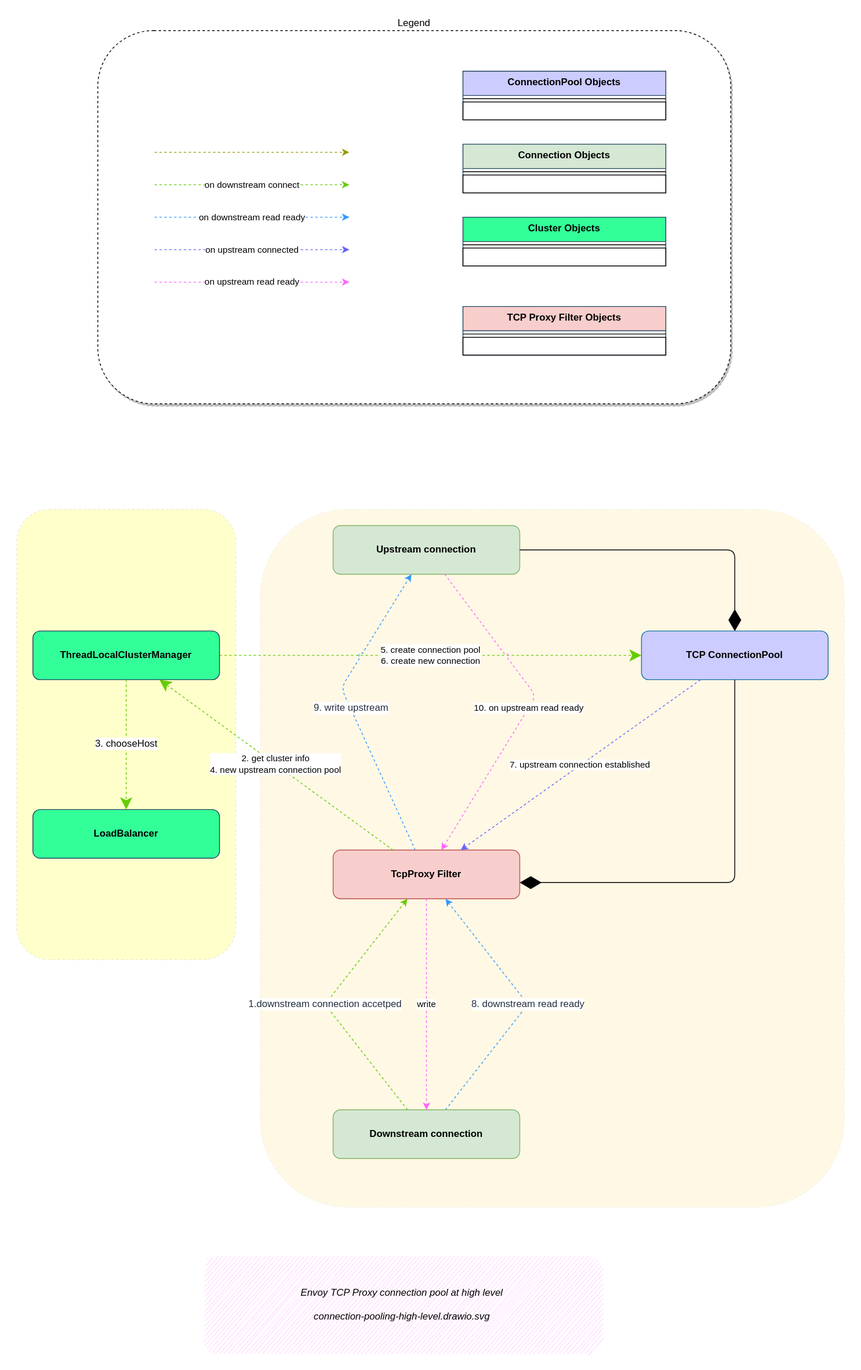
labilezhu/istio-insider keeps this draw.io diagram as docs/source/ch2-envoy/upstream/connection-pooling/connection-pooling-high-level.drawio.svg. Above is the earlier version. Source tidied: cells renumbered, new cells last; positions are measured from the earlier drawing's top-left corner, leaving out a move shared by most shapes. Its diagram source:
```xml
<mxGraphModel background="#FFFFFF">
  <root>
    <mxCell id="0" />
    <mxCell id="1" parent="0" />
    <mxCell id="2" style="rounded=1;whiteSpace=wrap;html=1;shadow=0;dashed=1;sketch=0;fontSize=11;fontColor=#B3B3B3;strokeColor=#999999;fillColor=#FFB508;labelPosition=center;verticalLabelPosition=bottom;align=center;verticalAlign=top;opacity=10;" parent="1" vertex="1">
      <mxGeometry x="300" y="590" width="720" height="860" as="geometry" />
    </mxCell>
    <mxCell id="3" style="rounded=1;whiteSpace=wrap;html=1;shadow=0;dashed=1;sketch=0;fontSize=11;fontColor=#000000;strokeColor=#999999;fillColor=#FFFF00;labelPosition=center;verticalLabelPosition=bottom;align=center;verticalAlign=top;opacity=20;" parent="1" vertex="1">
      <mxGeometry y="590" width="270" height="555" as="geometry" />
    </mxCell>
    <mxCell id="4" value="5. create connection pool&lt;br&gt;6. create new connection" style="endArrow=classic;endSize=12;dashed=1;html=1;jumpStyle=arc;strokeColor=#66CC00;fontColor=#000000;startArrow=none;endFill=1;startFill=0;" parent="1" edge="1" source="24" target="26">
      <mxGeometry relative="1" as="geometry" />
    </mxCell>
    <object id="5" label="&lt;font style=&quot;&quot;&gt;Envoy TCP Proxy connection pool at high level&lt;br&gt;&lt;br&gt;%page%&lt;br&gt;&lt;/font&gt;" a="b" placeholders="1">
      <mxCell style="text;html=1;strokeColor=none;fillColor=#FFCCFF;align=center;verticalAlign=middle;whiteSpace=wrap;rounded=1;glass=0;sketch=1;shadow=0;fontStyle=2;fontSize=12;" parent="1" vertex="1">
        <mxGeometry x="230" y="1510" width="490" height="120" as="geometry" />
      </mxCell>
    </object>
    <mxCell id="6" value="Legend" style="rounded=1;whiteSpace=wrap;html=1;fontColor=#000000;dashed=1;shadow=1;labelPosition=center;verticalLabelPosition=top;align=center;verticalAlign=bottom;" parent="1" vertex="1">
      <mxGeometry x="100" width="780" height="460" as="geometry" />
    </mxCell>
    <mxCell id="7" style="endArrow=classic;html=1;strokeColor=#999900;fontColor=#000000;jumpStyle=arc;dashed=1;" parent="1" edge="1">
      <mxGeometry relative="1" as="geometry">
        <mxPoint x="170" y="150" as="sourcePoint" />
        <mxPoint x="410" y="150" as="targetPoint" />
      </mxGeometry>
    </mxCell>
    <mxCell id="8" value="on downstream connect" style="endArrow=classic;html=1;strokeColor=#66CC00;fontColor=#000000;jumpStyle=arc;dashed=1;" parent="1" edge="1">
      <mxGeometry relative="1" as="geometry">
        <mxPoint x="170" y="190" as="sourcePoint" />
        <mxPoint x="410" y="190" as="targetPoint" />
      </mxGeometry>
    </mxCell>
    <mxCell id="9" value="on downstream read ready" style="endArrow=classic;html=1;strokeColor=#3399FF;fontColor=#000000;jumpStyle=arc;dashed=1;" parent="1" edge="1">
      <mxGeometry relative="1" as="geometry">
        <mxPoint x="170" y="230" as="sourcePoint" />
        <mxPoint x="410" y="230" as="targetPoint" />
      </mxGeometry>
    </mxCell>
    <mxCell id="10" value="on upstream read ready" style="endArrow=classic;html=1;strokeColor=#FF66FF;fontColor=#000000;jumpStyle=arc;dashed=1;" parent="1" edge="1">
      <mxGeometry relative="1" as="geometry">
        <mxPoint x="170" y="310" as="sourcePoint" />
        <mxPoint x="410" y="310" as="targetPoint" />
      </mxGeometry>
    </mxCell>
    <mxCell id="11" value="on upstream connected" style="endArrow=classic;html=1;strokeColor=#6666FF;fontColor=default;jumpStyle=arc;dashed=1;" parent="1" edge="1">
      <mxGeometry relative="1" as="geometry">
        <mxPoint x="170" y="270" as="sourcePoint" />
        <mxPoint x="410" y="270" as="targetPoint" />
      </mxGeometry>
    </mxCell>
    <mxCell id="12" value="ConnectionPool Objects" style="swimlane;fontStyle=1;align=center;verticalAlign=top;horizontal=1;startSize=30;fillColor=#CCCCFF;strokeColor=#23445d;" parent="1" vertex="1">
      <mxGeometry x="550" y="50" width="250" height="60" as="geometry" />
    </mxCell>
    <mxCell id="13" style="line;strokeWidth=1;fillColor=none;align=left;verticalAlign=middle;spacingTop=-1;spacingLeft=3;spacingRight=3;labelPosition=right;" parent="12" vertex="1">
      <mxGeometry y="30" width="250" height="8" as="geometry" />
    </mxCell>
    <mxCell id="14" value=" " style="text;fillColor=none;align=left;verticalAlign=top;spacingLeft=4;spacingRight=4;overflow=hidden;strokeColor=#000000;" parent="12" vertex="1">
      <mxGeometry y="38" width="250" height="22" as="geometry" />
    </mxCell>
    <mxCell id="15" value="Connection Objects" style="swimlane;fontStyle=1;align=center;verticalAlign=top;horizontal=1;startSize=30;fillColor=#D5E8D4;strokeColor=#23445d;" parent="1" vertex="1">
      <mxGeometry x="550" y="140" width="250" height="60" as="geometry" />
    </mxCell>
    <mxCell id="16" style="line;strokeWidth=1;fillColor=none;align=left;verticalAlign=middle;spacingTop=-1;spacingLeft=3;spacingRight=3;labelPosition=right;" parent="15" vertex="1">
      <mxGeometry y="30" width="250" height="8" as="geometry" />
    </mxCell>
    <mxCell id="17" value=" " style="text;fillColor=none;align=left;verticalAlign=top;spacingLeft=4;spacingRight=4;overflow=hidden;strokeColor=#000000;" parent="15" vertex="1">
      <mxGeometry y="38" width="250" height="22" as="geometry" />
    </mxCell>
    <mxCell id="18" value="Cluster Objects" style="swimlane;fontStyle=1;align=center;verticalAlign=top;horizontal=1;startSize=30;fillColor=#33FF99;strokeColor=#23445d;" parent="1" vertex="1">
      <mxGeometry x="550" y="230" width="250" height="60" as="geometry" />
    </mxCell>
    <mxCell id="19" style="line;strokeWidth=1;fillColor=none;align=left;verticalAlign=middle;spacingTop=-1;spacingLeft=3;spacingRight=3;labelPosition=right;" parent="18" vertex="1">
      <mxGeometry y="30" width="250" height="8" as="geometry" />
    </mxCell>
    <mxCell id="20" value=" " style="text;fillColor=none;align=left;verticalAlign=top;spacingLeft=4;spacingRight=4;overflow=hidden;strokeColor=#000000;" parent="18" vertex="1">
      <mxGeometry y="38" width="250" height="22" as="geometry" />
    </mxCell>
    <mxCell id="21" value="TCP Proxy Filter Objects" style="swimlane;fontStyle=1;align=center;verticalAlign=top;horizontal=1;startSize=30;fillColor=#F8CECC;strokeColor=#23445d;" parent="1" vertex="1">
      <mxGeometry x="550" y="340" width="250" height="60" as="geometry" />
    </mxCell>
    <mxCell id="22" style="line;strokeWidth=1;fillColor=none;align=left;verticalAlign=middle;spacingTop=-1;spacingLeft=3;spacingRight=3;labelPosition=right;" parent="21" vertex="1">
      <mxGeometry y="30" width="250" height="8" as="geometry" />
    </mxCell>
    <mxCell id="23" value=" " style="text;fillColor=none;align=left;verticalAlign=top;spacingLeft=4;spacingRight=4;overflow=hidden;strokeColor=#000000;" parent="21" vertex="1">
      <mxGeometry y="38" width="250" height="22" as="geometry" />
    </mxCell>
    <mxCell id="24" value="&lt;span style=&quot;&quot;&gt;ThreadLocalClusterManager&lt;/span&gt;" style="rounded=1;whiteSpace=wrap;html=1;verticalAlign=middle;fillColor=#33FF99;strokeColor=#23445d;fontStyle=1;startSize=22;" parent="1" vertex="1">
      <mxGeometry x="20" y="740" width="230" height="60" as="geometry" />
    </mxCell>
    <mxCell id="25" value="&lt;span style=&quot;&quot;&gt;TcpProxy Filter&lt;/span&gt;" style="rounded=1;whiteSpace=wrap;html=1;verticalAlign=middle;fillColor=#f8cecc;strokeColor=#b85450;fontStyle=1;startSize=26;" parent="1" vertex="1">
      <mxGeometry x="390" y="1010" width="230" height="60" as="geometry" />
    </mxCell>
    <mxCell id="26" value="&lt;span style=&quot;&quot;&gt;TCP ConnectionPool&lt;/span&gt;" style="rounded=1;whiteSpace=wrap;html=1;verticalAlign=middle;fillColor=#CCCCFF;strokeColor=#10739e;fontStyle=1;startSize=26;" parent="1" vertex="1">
      <mxGeometry x="770" y="740" width="230" height="60" as="geometry" />
    </mxCell>
    <mxCell id="27" value="&lt;span style=&quot;&quot;&gt;Upstream connection&lt;/span&gt;" style="rounded=1;whiteSpace=wrap;html=1;verticalAlign=middle;fillColor=#d5e8d4;strokeColor=#82b366;fontStyle=1;startSize=26;" parent="1" vertex="1">
      <mxGeometry x="390" y="610" width="230" height="60" as="geometry" />
    </mxCell>
    <mxCell id="28" value="7. upstream connection established" style="endArrow=classic;html=1;jumpStyle=arc;strokeColor=#6666FF;dashed=1;fontColor=#000000;" parent="1" edge="1" source="26" target="25">
      <mxGeometry relative="1" as="geometry" />
    </mxCell>
    <mxCell id="29" value="&lt;span style=&quot;color: rgb(35, 47, 62); font-size: 12px;&quot;&gt;1.downstream connection accetped&lt;/span&gt;" style="endArrow=classic;html=1;strokeColor=#66CC00;fontColor=#000000;jumpStyle=arc;dashed=1;" parent="1" edge="1" source="35" target="25">
      <mxGeometry relative="1" as="geometry">
        <Array as="points">
          <mxPoint x="380" y="1200" />
        </Array>
      </mxGeometry>
    </mxCell>
    <mxCell id="30" value="&lt;span style=&quot;color: rgb(35, 47, 62); font-size: 12px;&quot;&gt;8. downstream read ready&lt;/span&gt;" style="endArrow=classic;html=1;strokeColor=#3399FF;fontColor=#000000;jumpStyle=arc;dashed=1;" parent="1" edge="1" source="35" target="25">
      <mxGeometry relative="1" as="geometry">
        <Array as="points">
          <mxPoint x="630" y="1200" />
        </Array>
      </mxGeometry>
    </mxCell>
    <mxCell id="31" value="2. get cluster info&lt;br&gt;4. new upstream connection pool" style="endArrow=classic;endSize=12;dashed=1;html=1;jumpStyle=arc;strokeColor=#66CC00;fontColor=#000000;startArrow=none;endFill=1;startFill=0;" parent="1" edge="1" source="25" target="24">
      <mxGeometry relative="1" as="geometry" />
    </mxCell>
    <mxCell id="32" value="&lt;span style=&quot;&quot;&gt;LoadBalancer&lt;/span&gt;" style="rounded=1;whiteSpace=wrap;html=1;verticalAlign=middle;fillColor=#33FF99;strokeColor=#23445d;fontStyle=1;startSize=22;" parent="1" vertex="1">
      <mxGeometry x="20" y="960" width="230" height="60" as="geometry" />
    </mxCell>
    <mxCell id="33" value="&lt;span style=&quot;font-size: 12px; text-align: left;&quot;&gt;3. chooseHost&lt;/span&gt;" style="endArrow=classic;endSize=12;dashed=1;html=1;jumpStyle=arc;strokeColor=#66CC00;fontColor=#000000;startArrow=none;endFill=1;startFill=0;" parent="1" edge="1" source="24" target="32">
      <mxGeometry x="-0.01" relative="1" as="geometry" />
    </mxCell>
    <mxCell id="34" style="endArrow=diamondThin;endFill=1;endSize=24;html=1;edgeStyle=orthogonalEdgeStyle;" parent="1" edge="1" source="26" target="25">
      <mxGeometry relative="1" as="geometry">
        <Array as="points">
          <mxPoint x="885" y="1050" />
        </Array>
      </mxGeometry>
    </mxCell>
    <mxCell id="35" value="&lt;span style=&quot;&quot;&gt;Downstream connection&lt;/span&gt;" style="rounded=1;whiteSpace=wrap;html=1;verticalAlign=middle;fillColor=#d5e8d4;strokeColor=#82b366;fontStyle=1;startSize=26;" parent="1" vertex="1">
      <mxGeometry x="390" y="1330" width="230" height="60" as="geometry" />
    </mxCell>
    <mxCell id="36" style="endArrow=diamondThin;endFill=1;endSize=24;html=1;edgeStyle=orthogonalEdgeStyle;" parent="1" edge="1" source="27" target="26">
      <mxGeometry relative="1" as="geometry" />
    </mxCell>
    <mxCell id="37" value="10. on upstream read ready" style="endArrow=classic;html=1;strokeColor=#FF66FF;fontColor=#000000;jumpStyle=arc;dashed=1;" parent="1" edge="1" source="27" target="25">
      <mxGeometry relative="1" as="geometry">
        <Array as="points">
          <mxPoint x="640" y="820" />
        </Array>
      </mxGeometry>
    </mxCell>
    <mxCell id="38" value="&lt;span style=&quot;color: rgb(35, 47, 62); font-size: 12px;&quot;&gt;9. write upstream&lt;/span&gt;" style="endArrow=classic;html=1;strokeColor=#3399FF;fontColor=#000000;jumpStyle=arc;dashed=1;" parent="1" edge="1" source="25" target="27">
      <mxGeometry relative="1" as="geometry">
        <Array as="points">
          <mxPoint x="400" y="810" />
        </Array>
      </mxGeometry>
    </mxCell>
    <mxCell id="39" value="write" style="endArrow=classic;html=1;strokeColor=#FF66FF;fontColor=#000000;jumpStyle=arc;dashed=1;" parent="1" edge="1" source="25" target="35">
      <mxGeometry relative="1" as="geometry" />
    </mxCell>
  </root>
</mxGraphModel>
```
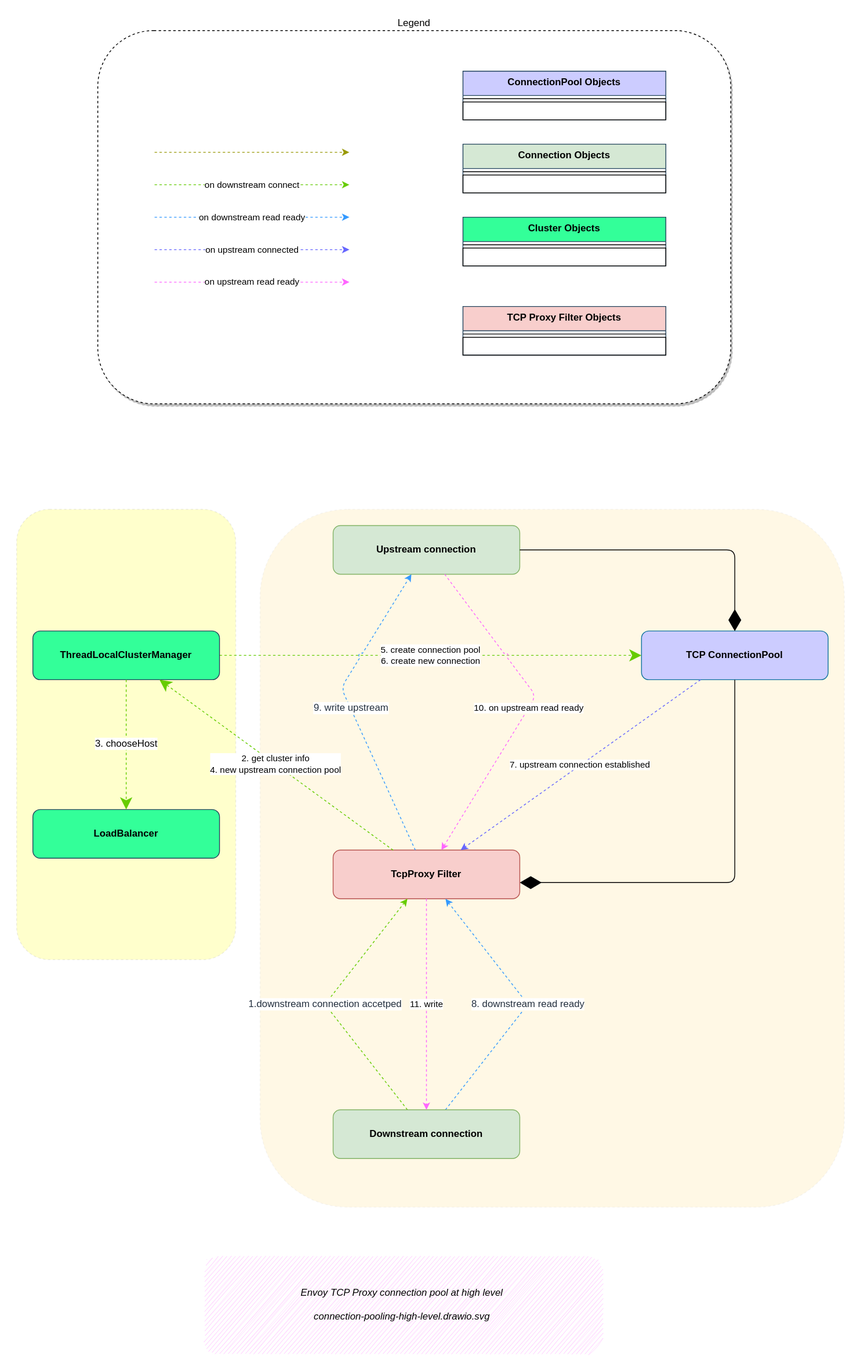
After the change.

Commit message:
connection pool

Change to the diagram source:
```diff
@@ -150,7 +150,7 @@
         </Array>
       </mxGeometry>
     </mxCell>
-    <mxCell id="39" value="write" style="endArrow=classic;html=1;strokeColor=#FF66FF;fontColor=#000000;jumpStyle=arc;dashed=1;" parent="1" edge="1" source="25" target="35">
+    <mxCell id="39" value="11. write" style="endArrow=classic;html=1;strokeColor=#FF66FF;fontColor=#000000;jumpStyle=arc;dashed=1;" parent="1" edge="1" source="25" target="35">
       <mxGeometry relative="1" as="geometry" />
     </mxCell>
   </root>
```
